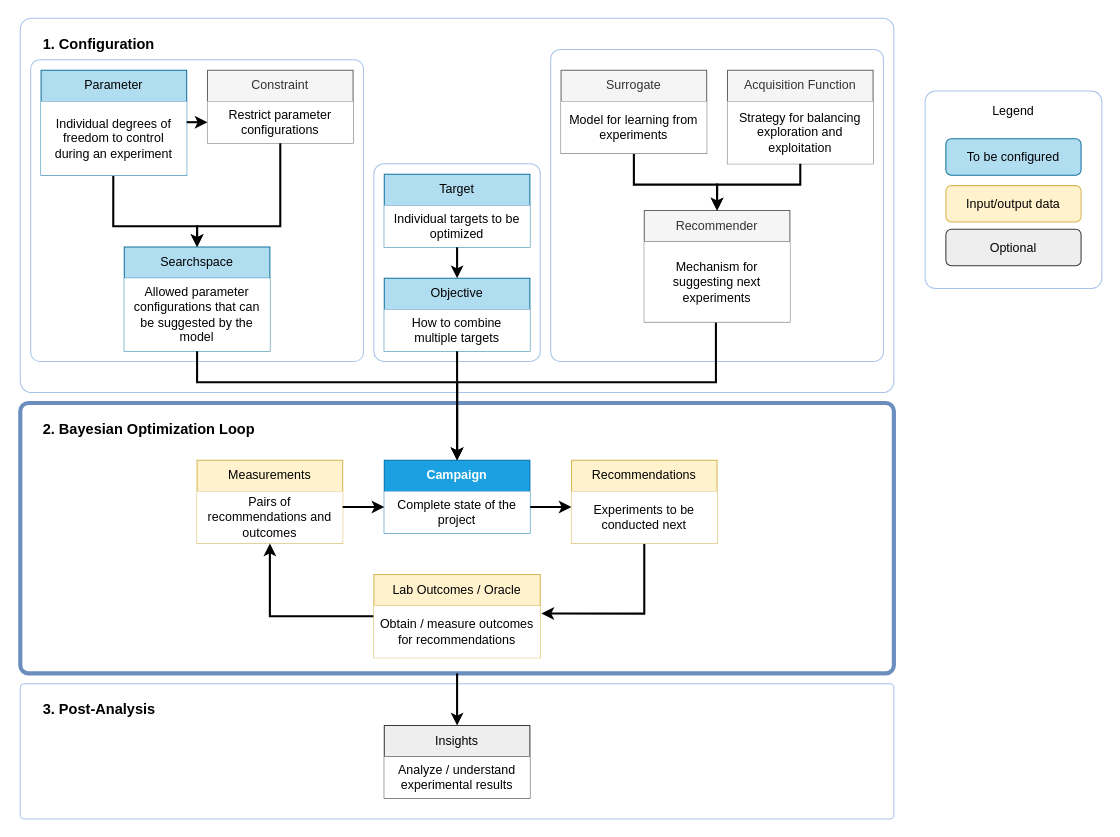
emdgroup/baybe keeps this draw.io diagram as docs/_static/api_overview.drawio. Above is the earlier version. Source tidied: cells renumbered, new cells numbered last; positions are measured from the earlier drawing's top-left corner, leaving out a move shared by most shapes. Both pictures are drawn from the tidied source at 104%, with x=0, y=0 at pixel (20, 18).
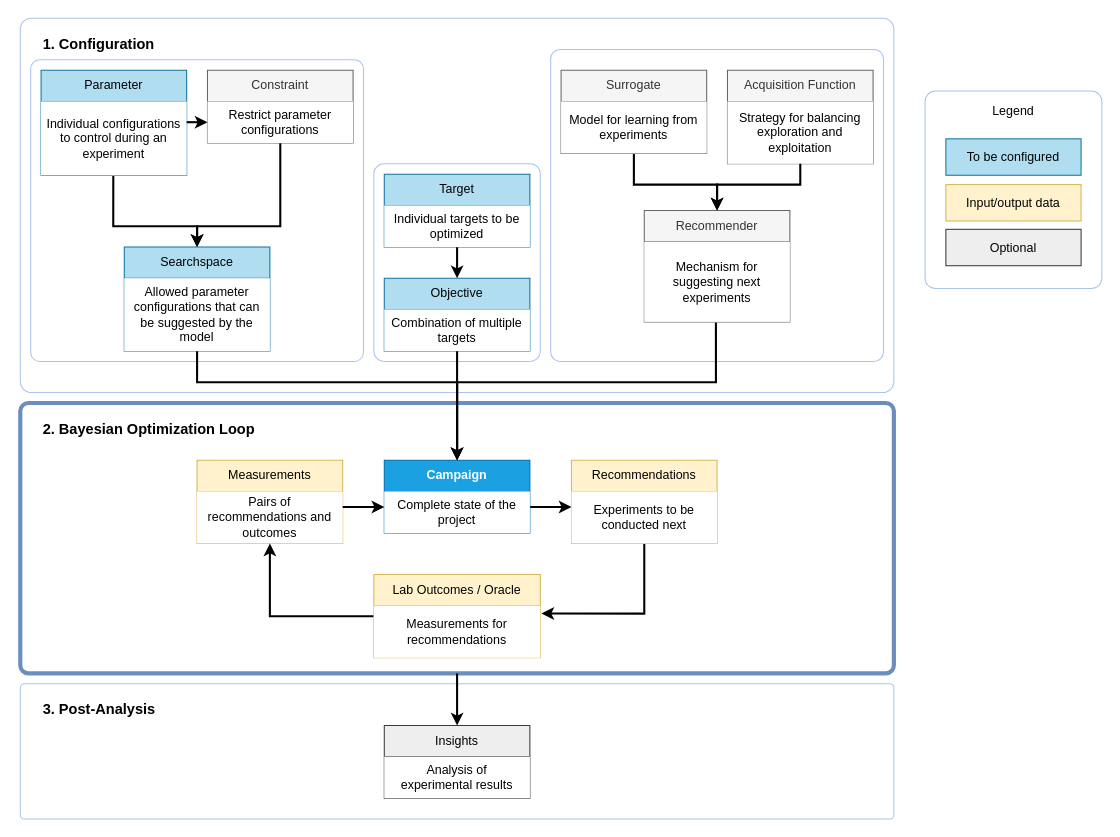
The same diagram, later.

The change refers to these unchanged cells:
```xml
<mxCell id="17" value="Objective" style="swimlane;fontStyle=0;horizontal=1;startSize=30;whiteSpace=wrap;html=1;fillColor=#b1ddf0;strokeColor=#10739e;" parent="1" vertex="1">
  <mxGeometry x="350" y="250" width="140" height="70" as="geometry" />
</mxCell>
<mxCell id="29" value="Lab Outcomes / Oracle" style="swimlane;fontStyle=0;horizontal=1;startSize=30;whiteSpace=wrap;html=1;fillColor=#fff2cc;strokeColor=#d6b656;" parent="1" vertex="1">
  <mxGeometry x="340" y="535" width="160" height="80" as="geometry" />
</mxCell>
<mxCell id="32" value="Parameter" style="swimlane;fontStyle=0;horizontal=1;startSize=30;whiteSpace=wrap;html=1;fillColor=#b1ddf0;strokeColor=#10739e;gradientDirection=radial;" parent="1" vertex="1">
  <mxGeometry x="20" y="50" width="140" height="101" as="geometry" />
</mxCell>
<mxCell id="37" value="Insights" style="swimlane;fontStyle=0;horizontal=1;startSize=30;whiteSpace=wrap;html=1;fillColor=#eeeeee;strokeColor=#36393d;" parent="1" vertex="1">
  <mxGeometry x="350" y="680" width="140" height="70" as="geometry" />
</mxCell>
```

Change to the diagram source:
```diff
@@
-    <mxCell id="18" value="How to combine multiple targets" style="text;strokeColor=none;fillColor=default;align=center;verticalAlign=middle;spacingLeft=4;spacingRight=4;overflow=hidden;whiteSpace=wrap;html=1;" parent="17" vertex="1">
+    <mxCell id="18" value="Combination of multiple targets" style="text;strokeColor=none;fillColor=default;align=center;verticalAlign=middle;spacingLeft=4;spacingRight=4;overflow=hidden;whiteSpace=wrap;html=1;" parent="17" vertex="1">
       <mxGeometry y="30" width="140" height="40" as="geometry" />
     </mxCell>
@@
-    <mxCell id="30" value="Obtain / measure outcomes for recommendations" style="text;strokeColor=none;fillColor=default;align=center;verticalAlign=middle;spacingLeft=4;spacingRight=4;overflow=hidden;points=[[0,0.5],[1,0.5]];portConstraint=eastwest;whiteSpace=wrap;html=1;" parent="29" vertex="1">
+    <mxCell id="30" value="Measurements for recommendations" style="text;strokeColor=none;fillColor=default;align=center;verticalAlign=middle;spacingLeft=4;spacingRight=4;overflow=hidden;points=[[0,0.5],[1,0.5]];portConstraint=eastwest;whiteSpace=wrap;html=1;" parent="29" vertex="1">
       <mxGeometry y="30" width="160" height="50" as="geometry" />
     </mxCell>
@@
-    <mxCell id="33" value="Individual degrees of freedom to control during an experiment" style="text;strokeColor=none;fillColor=default;align=center;verticalAlign=middle;spacingLeft=4;spacingRight=4;overflow=hidden;points=[[0,0.5],[1,0.5]];portConstraint=eastwest;whiteSpace=wrap;html=1;" parent="32" vertex="1">
+    <mxCell id="33" value="Individual configurations to control during an experiment" style="text;strokeColor=none;fillColor=default;align=center;verticalAlign=middle;spacingLeft=4;spacingRight=4;overflow=hidden;points=[[0,0.5],[1,0.5]];portConstraint=eastwest;whiteSpace=wrap;html=1;" parent="32" vertex="1">
       <mxGeometry y="30" width="140" height="71" as="geometry" />
     </mxCell>
@@
-    <mxCell id="38" value="Analyze / understand experimental results" style="text;strokeColor=none;fillColor=default;align=center;verticalAlign=middle;spacingLeft=4;spacingRight=4;overflow=hidden;whiteSpace=wrap;html=1;" parent="37" vertex="1">
+    <mxCell id="38" value="Analysis of experimental results" style="text;strokeColor=none;fillColor=default;align=center;verticalAlign=middle;spacingLeft=4;spacingRight=4;overflow=hidden;whiteSpace=wrap;html=1;" parent="37" vertex="1">
       <mxGeometry y="30" width="140" height="40" as="geometry" />
     </mxCell>
@@
-    <mxCell id="52" value="Optional" style="rounded=1;whiteSpace=wrap;html=1;fillColor=#eeeeee;strokeColor=#36393d;" parent="1" vertex="1">
+    <mxCell id="52" value="Optional" style="rounded=1;whiteSpace=wrap;html=1;fillColor=#eeeeee;strokeColor=#36393d;arcSize=0;" parent="1" vertex="1">
       <mxGeometry x="890" y="203" width="130" height="35" as="geometry" />
     </mxCell>
-    <mxCell id="53" value="To be configured" style="rounded=1;whiteSpace=wrap;html=1;fillColor=#b1ddf0;strokeColor=#10739e;" parent="1" vertex="1">
+    <mxCell id="53" value="To be configured" style="rounded=1;whiteSpace=wrap;html=1;fillColor=#b1ddf0;strokeColor=#10739e;arcSize=0;" parent="1" vertex="1">
       <mxGeometry x="890" y="116" width="130" height="35" as="geometry" />
     </mxCell>
@@
-    <mxCell id="55" value="&lt;span style=&quot;font-weight: normal;&quot;&gt;Input/output data&lt;/span&gt;" style="rounded=1;whiteSpace=wrap;html=1;fillColor=#fff2cc;strokeColor=#d6b656;fontStyle=1;" parent="1" vertex="1">
-      <mxGeometry x="890" y="161" width="130" height="35" as="geometry" />
+    <mxCell id="55" value="&lt;span style=&quot;font-weight: normal;&quot;&gt;Input/output data&lt;/span&gt;" style="rounded=1;whiteSpace=wrap;html=1;fillColor=#fff2cc;strokeColor=#d6b656;fontStyle=1;arcSize=0;" parent="1" vertex="1">
+      <mxGeometry x="890" y="160" width="130" height="35" as="geometry" />
     </mxCell>
```
